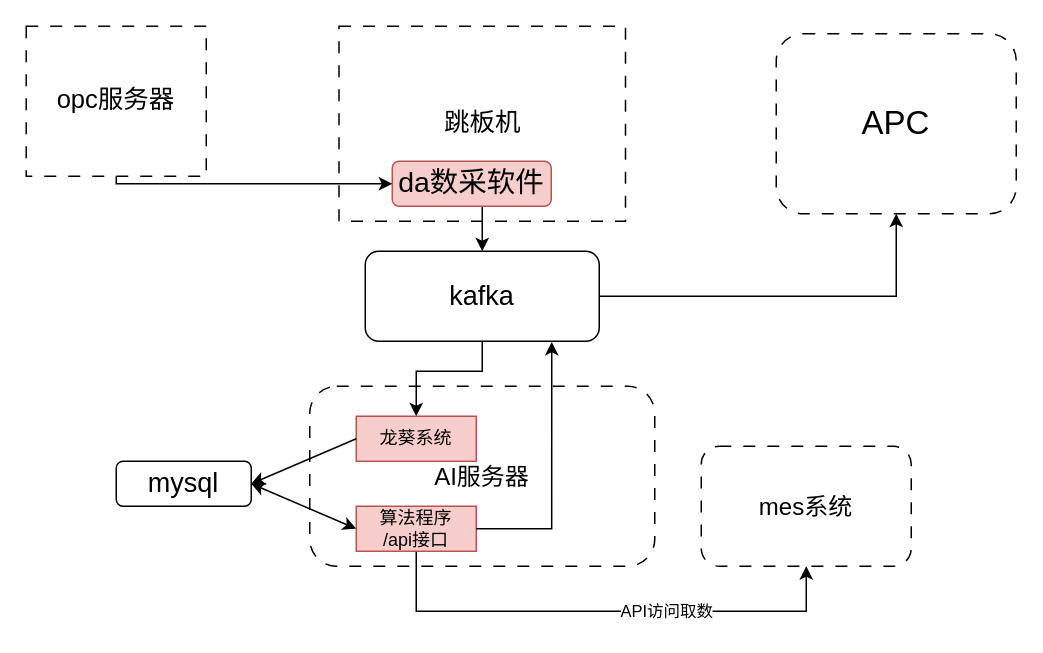
Before: 未命名绘图.drawio in 729973389/picture, a draw.io diagram. Source tidied: cells renumbered, new cells numbered last; positions are measured from the earlier drawing's top-left corner, leaving out a move shared by most shapes. Both pictures are drawn from the tidied source at 150%, with x=0, y=0 at pixel (26, 26).
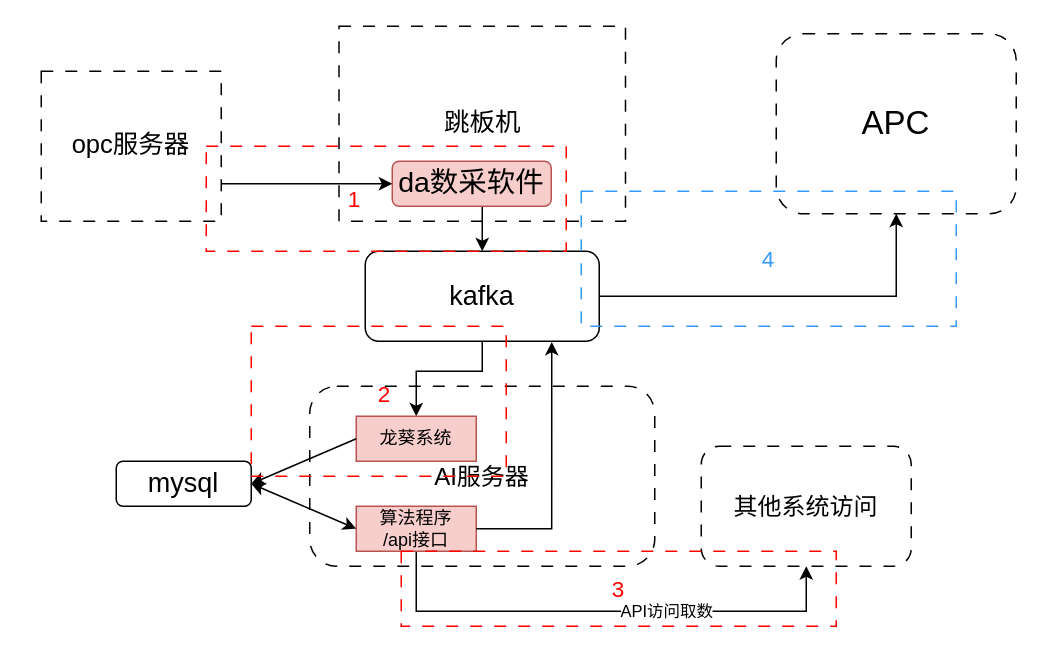
Above is the later version.

Commit message:
更新未命名绘图.drawio

Diff of the diagram source:
```diff
@@
     <mxCell id="15" value="&lt;span style=&quot;font-size: 17px;&quot;&gt;opc服务器&lt;/span&gt;" style="rounded=0;whiteSpace=wrap;html=1;dashed=1;dashPattern=8 8;" parent="1" vertex="1">
-      <mxGeometry width="120" height="100" as="geometry" />
+      <mxGeometry x="10" y="30" width="120" height="100" as="geometry" />
     </mxCell>
-    <mxCell id="16" value="&lt;font style=&quot;font-size: 16px;&quot;&gt;mes系统&lt;/font&gt;" style="rounded=1;whiteSpace=wrap;html=1;dashed=1;dashPattern=8 8;" parent="1" vertex="1">
+    <mxCell id="16" value="&lt;font style=&quot;font-size: 16px;&quot;&gt;其他系统访问&lt;/font&gt;" style="rounded=1;whiteSpace=wrap;html=1;dashed=1;dashPattern=8 8;" parent="1" vertex="1">
       <mxGeometry x="450" y="280" width="140" height="80" as="geometry" />
     </mxCell>
@@
+    <mxCell id="21" style="rounded=0;whiteSpace=wrap;html=1;fillColor=none;strokeColor=#FF0000;dashed=1;dashPattern=8 8;" parent="1" vertex="1">
+      <mxGeometry x="120" y="80" width="240" height="70" as="geometry" />
+    </mxCell>
+    <mxCell id="22" style="rounded=0;whiteSpace=wrap;html=1;fillColor=none;strokeColor=#FF0000;dashed=1;dashPattern=8 8;" parent="1" vertex="1">
+      <mxGeometry x="150" y="200" width="170" height="100" as="geometry" />
+    </mxCell>
+    <mxCell id="23" style="rounded=0;whiteSpace=wrap;html=1;fillColor=none;strokeColor=#FF0000;dashed=1;dashPattern=8 8;" parent="1" vertex="1">
+      <mxGeometry x="250" y="350" width="290" height="50" as="geometry" />
+    </mxCell>
+    <mxCell id="24" value="&lt;font style=&quot;color: rgb(255, 0, 0); font-size: 15px;&quot;&gt;1&lt;/font&gt;" style="text;html=1;whiteSpace=wrap;strokeColor=none;fillColor=none;align=center;verticalAlign=middle;rounded=0;" parent="1" vertex="1">
+      <mxGeometry x="189" y="100" width="60" height="30" as="geometry" />
+    </mxCell>
+    <mxCell id="25" value="&lt;font style=&quot;color: rgb(255, 0, 0); font-size: 15px;&quot;&gt;2&lt;/font&gt;" style="text;html=1;whiteSpace=wrap;strokeColor=none;fillColor=none;align=center;verticalAlign=middle;rounded=0;" parent="1" vertex="1">
+      <mxGeometry x="208.5" y="230" width="60" height="30" as="geometry" />
+    </mxCell>
+    <mxCell id="26" value="&lt;font style=&quot;color: rgb(255, 0, 0); font-size: 15px;&quot;&gt;3&lt;/font&gt;" style="text;html=1;whiteSpace=wrap;strokeColor=none;fillColor=none;align=center;verticalAlign=middle;rounded=0;" parent="1" vertex="1">
+      <mxGeometry x="365" y="360" width="60" height="30" as="geometry" />
+    </mxCell>
+    <mxCell id="27" value="&lt;font style=&quot;font-size: 15px; color: rgb(51, 153, 255);&quot;&gt;4&lt;/font&gt;" style="rounded=0;whiteSpace=wrap;html=1;fillColor=none;strokeColor=#3399FF;dashed=1;dashPattern=8 8;" parent="1" vertex="1">
+      <mxGeometry x="370" y="110" width="250" height="90" as="geometry" />
+    </mxCell>
```
